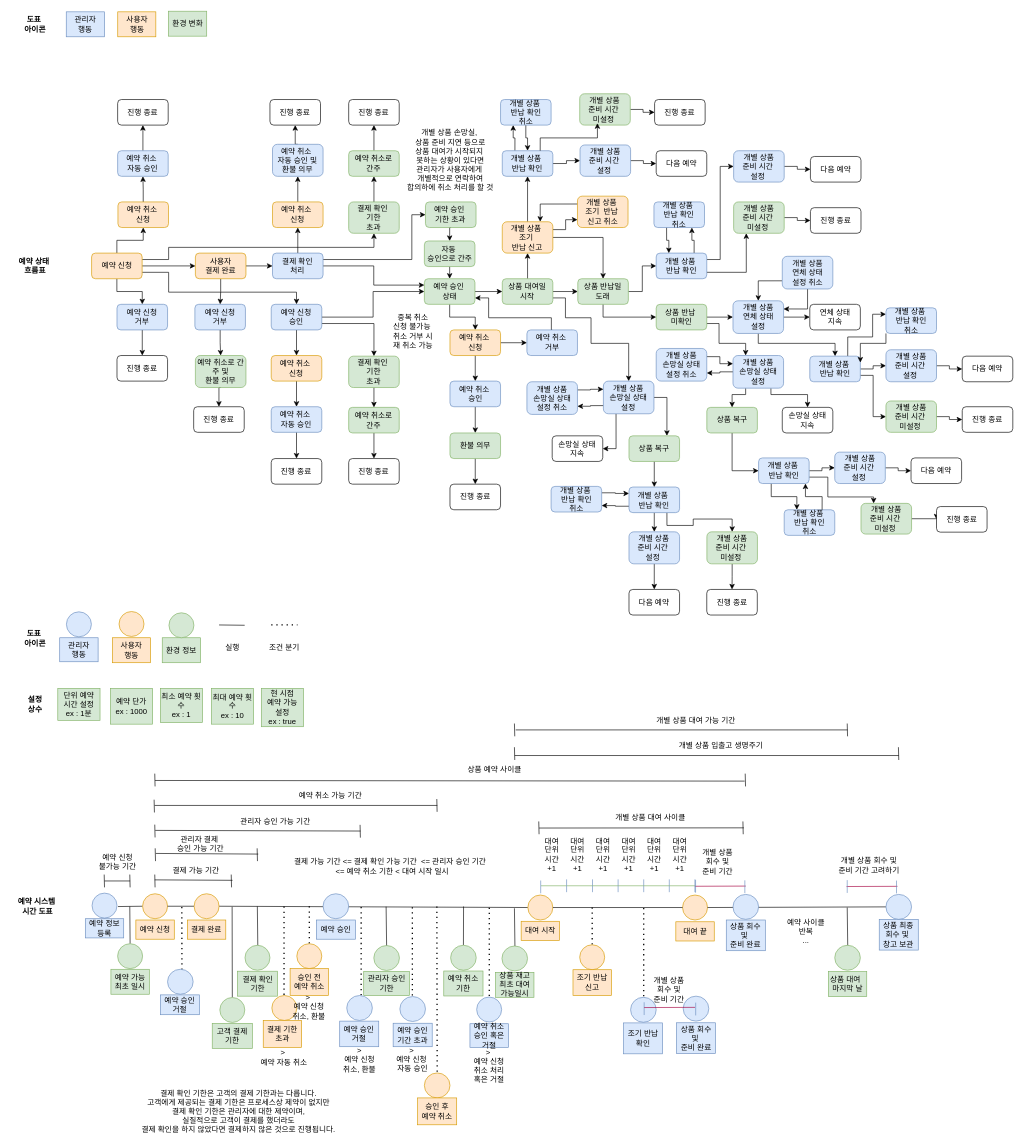
RaillyLinker/Kotlin_SpringbootMvc_Template keeps this draw.io diagram as module-service-rental-reservation/external_files/logic/Reservation.drawio. Above is the earlier version. Source tidied: cells renumbered, new cells numbered last; positions are measured from the earlier drawing's top-left corner, leaving out a move shared by most shapes. Both pictures are drawn from the tidied source at 64%, with x=0, y=0 at pixel (11, 11).
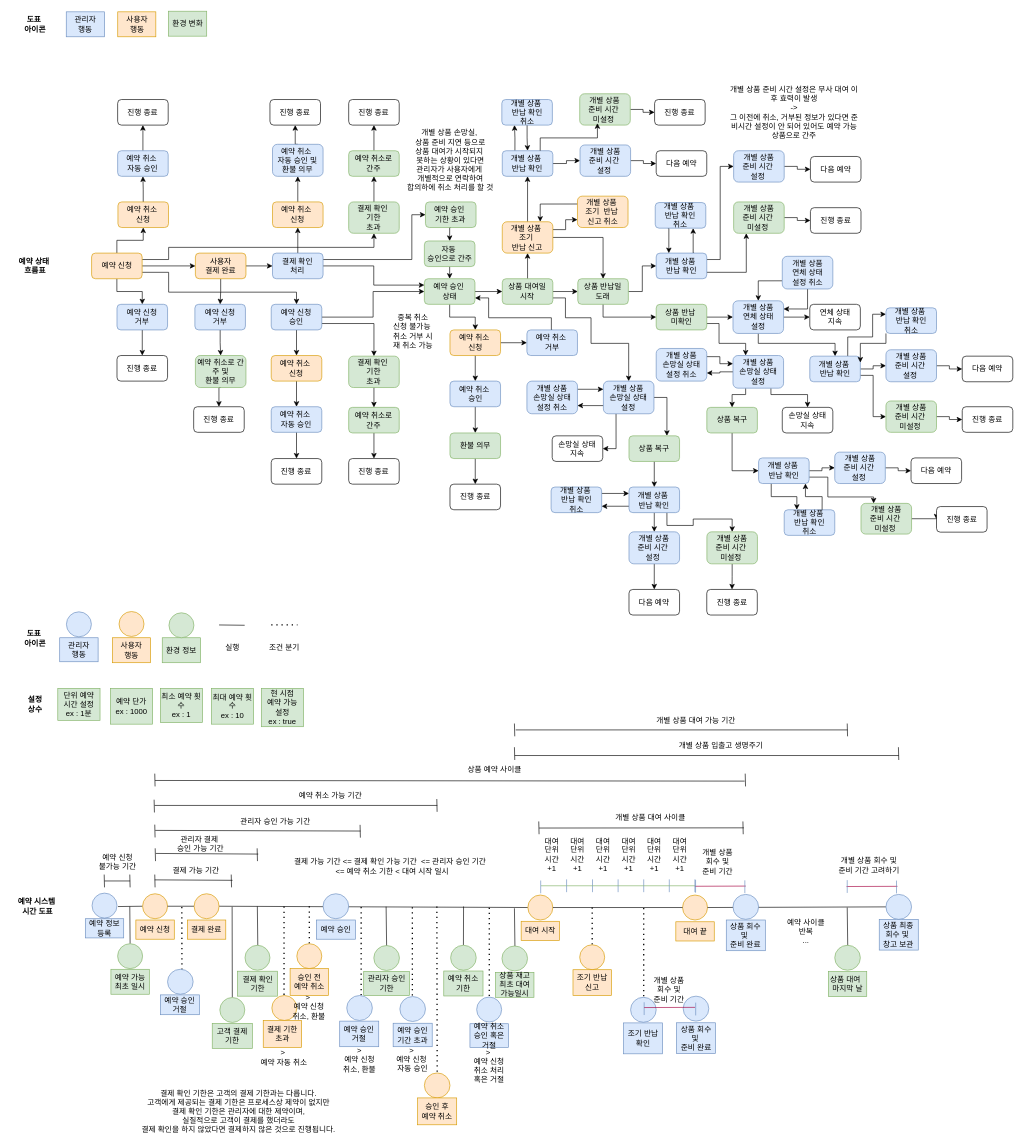
The same page after the edit.

Diff of the diagram source:
```diff
@@
     <mxCell id="324" value="개별 상품&amp;nbsp;&lt;div&gt;반납&amp;nbsp;&lt;span style=&quot;background-color: transparent; color: light-dark(rgb(0, 0, 0), rgb(255, 255, 255));&quot;&gt;확인&lt;/span&gt;&lt;/div&gt;&lt;div&gt;&lt;span style=&quot;background-color: transparent; color: light-dark(rgb(0, 0, 0), rgb(255, 255, 255));&quot;&gt;취소&lt;/span&gt;&lt;/div&gt;" style="rounded=1;whiteSpace=wrap;html=1;fillColor=#dae8fc;strokeColor=#6c8ebf;" parent="1" vertex="1">
-      <mxGeometry x="1004.3" y="298" width="79" height="40" as="geometry" />
+      <mxGeometry x="1006.3" y="299" width="79" height="40" as="geometry" />
     </mxCell>
@@
     <mxCell id="326" value="개별 상품&amp;nbsp;&lt;div&gt;반납&amp;nbsp;&lt;span style=&quot;background-color: transparent; color: light-dark(rgb(0, 0, 0), rgb(255, 255, 255));&quot;&gt;확인&lt;/span&gt;&lt;/div&gt;&lt;div&gt;&lt;span style=&quot;background-color: transparent; color: light-dark(rgb(0, 0, 0), rgb(255, 255, 255));&quot;&gt;취소&lt;/span&gt;&lt;/div&gt;" style="rounded=1;whiteSpace=wrap;html=1;fillColor=#dae8fc;strokeColor=#6c8ebf;" parent="1" vertex="1">
-      <mxGeometry x="764.6" y="138" width="79" height="40" as="geometry" />
+      <mxGeometry x="766.6" y="138" width="79" height="40" as="geometry" />
     </mxCell>
@@
     <mxCell id="329" value="개별 상품&amp;nbsp;&lt;div&gt;반납&amp;nbsp;&lt;span style=&quot;background-color: transparent; color: light-dark(rgb(0, 0, 0), rgb(255, 255, 255));&quot;&gt;확인&lt;/span&gt;&lt;/div&gt;&lt;div&gt;&lt;span style=&quot;background-color: transparent; color: light-dark(rgb(0, 0, 0), rgb(255, 255, 255));&quot;&gt;취소&lt;/span&gt;&lt;/div&gt;" style="rounded=1;whiteSpace=wrap;html=1;fillColor=#dae8fc;strokeColor=#6c8ebf;" parent="1" vertex="1">
-      <mxGeometry x="843.6" y="742.5" width="79" height="40" as="geometry" />
+      <mxGeometry x="843.6" y="743.5" width="79" height="40" as="geometry" />
     </mxCell>
@@
     <mxCell id="338" value="개별 상품&lt;div&gt;손망실 상태&lt;/div&gt;&lt;div&gt;설정 취소&lt;/div&gt;" style="rounded=1;whiteSpace=wrap;html=1;fillColor=#dae8fc;strokeColor=#6c8ebf;" parent="1" vertex="1">
-      <mxGeometry x="805.8" y="579" width="79" height="51" as="geometry" />
+      <mxGeometry x="805.8" y="578" width="79" height="51" as="geometry" />
     </mxCell>
@@
+    <mxCell id="341" value="개별 상품 준비 시간 설정은 무사 대여 이후 효력이 발생&lt;div&gt;-&amp;gt;&lt;/div&gt;&lt;div&gt;그 이전에 취소, 거부된 정보가 있다면 준비시간 설정이 안 되어 있어도 예약 가능 상품으로 간주&lt;/div&gt;" style="text;html=1;align=center;verticalAlign=middle;whiteSpace=wrap;rounded=0;" parent="1" vertex="1">
+      <mxGeometry x="1119.3" y="113" width="208.5" height="90" as="geometry" />
+    </mxCell>
```
